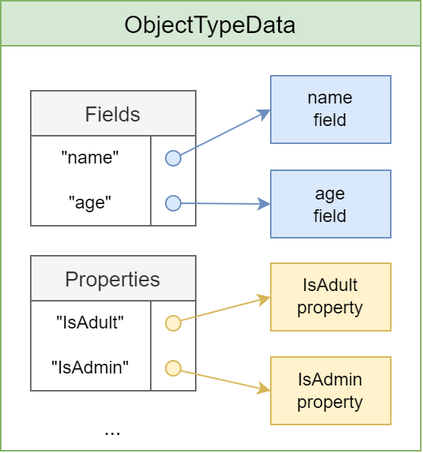
Above: img/registry-diagram.png in VL-CZ/master-thesis (draw.io), before the change. Source tidied: cells renumbered, new cells last; positions are measured from the earlier drawing's top-left corner, leaving out a move shared by most shapes.
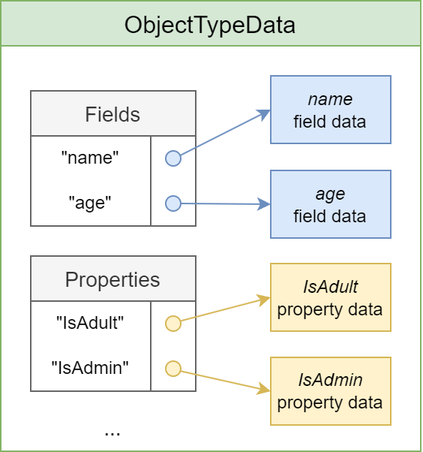
After the change.

Change to the diagram source:
```diff
@@ -62,25 +62,25 @@
     <mxCell id="21" value="&lt;font style=&quot;font-size: 14px;&quot;&gt;...&lt;/font&gt;" style="text;html=1;align=center;verticalAlign=middle;whiteSpace=wrap;rounded=0;" parent="2" vertex="1">
       <mxGeometry x="45" y="270" width="60" height="30" as="geometry" />
     </mxCell>
-    <mxCell id="22" value="name&lt;div&gt;field&lt;/div&gt;" style="rounded=0;whiteSpace=wrap;html=1;fillColor=#dae8fc;strokeColor=#6c8ebf;" parent="2" vertex="1">
+    <mxCell id="22" value="&lt;i&gt;name&lt;/i&gt;&lt;div&gt;field data&lt;/div&gt;" style="rounded=0;whiteSpace=wrap;html=1;fillColor=#dae8fc;strokeColor=#6c8ebf;" parent="2" vertex="1">
       <mxGeometry x="180" y="50" width="80" height="45" as="geometry" />
     </mxCell>
     <mxCell id="23" style="endArrow=classic;html=1;rounded=0;entryX=0;entryY=0.5;entryDx=0;entryDy=0;exitX=0.963;exitY=0.3;exitDx=0;exitDy=0;fillColor=#dae8fc;strokeColor=#6c8ebf;exitPerimeter=0;" parent="2" edge="1" source="17" target="22">
       <mxGeometry relative="1" as="geometry" />
     </mxCell>
-    <mxCell id="24" value="&lt;div&gt;age&lt;/div&gt;&lt;div&gt;field&lt;/div&gt;" style="rounded=0;whiteSpace=wrap;html=1;fillColor=#dae8fc;strokeColor=#6c8ebf;" parent="2" vertex="1">
+    <mxCell id="24" value="&lt;div&gt;&lt;i&gt;age&lt;/i&gt;&lt;/div&gt;&lt;div&gt;field data&lt;/div&gt;" style="rounded=0;whiteSpace=wrap;html=1;fillColor=#dae8fc;strokeColor=#6c8ebf;" parent="2" vertex="1">
       <mxGeometry x="180" y="113" width="80" height="45" as="geometry" />
     </mxCell>
     <mxCell id="25" style="endArrow=classic;html=1;rounded=0;entryX=0;entryY=0.5;entryDx=0;entryDy=0;exitX=1;exitY=0.5;exitDx=0;exitDy=0;fillColor=#dae8fc;strokeColor=#6c8ebf;" parent="2" edge="1" source="18" target="24">
       <mxGeometry relative="1" as="geometry" />
     </mxCell>
-    <mxCell id="26" value="IsAdult&lt;div&gt;property&lt;/div&gt;" style="rounded=0;whiteSpace=wrap;html=1;fillColor=#fff2cc;strokeColor=#d6b656;" parent="2" vertex="1">
+    <mxCell id="26" value="&lt;i&gt;IsAdult&lt;/i&gt;&lt;div&gt;property data&lt;/div&gt;" style="rounded=0;whiteSpace=wrap;html=1;fillColor=#fff2cc;strokeColor=#d6b656;" parent="2" vertex="1">
       <mxGeometry x="180" y="175" width="80" height="45" as="geometry" />
     </mxCell>
     <mxCell id="27" style="endArrow=classic;html=1;rounded=0;entryX=0;entryY=0.5;entryDx=0;entryDy=0;fillColor=#fff2cc;strokeColor=#d6b656;exitX=1.011;exitY=0.317;exitDx=0;exitDy=0;exitPerimeter=0;" parent="2" edge="1" source="19" target="26">
       <mxGeometry relative="1" as="geometry" />
     </mxCell>
-    <mxCell id="28" value="&lt;div&gt;IsAdmin&lt;/div&gt;&lt;div&gt;property&lt;/div&gt;" style="rounded=0;whiteSpace=wrap;html=1;fillColor=#fff2cc;strokeColor=#d6b656;" parent="2" vertex="1">
+    <mxCell id="28" value="&lt;div&gt;&lt;i&gt;IsAdmin&lt;/i&gt;&lt;/div&gt;&lt;div&gt;property data&lt;/div&gt;" style="rounded=0;whiteSpace=wrap;html=1;fillColor=#fff2cc;strokeColor=#d6b656;" parent="2" vertex="1">
       <mxGeometry x="180" y="237.5" width="80" height="45" as="geometry" />
     </mxCell>
     <mxCell id="29" style="endArrow=classic;html=1;rounded=0;entryX=0;entryY=0.5;entryDx=0;entryDy=0;fillColor=#fff2cc;strokeColor=#d6b656;exitX=0.941;exitY=0.653;exitDx=0;exitDy=0;exitPerimeter=0;" parent="2" edge="1" source="20" target="28">
```
